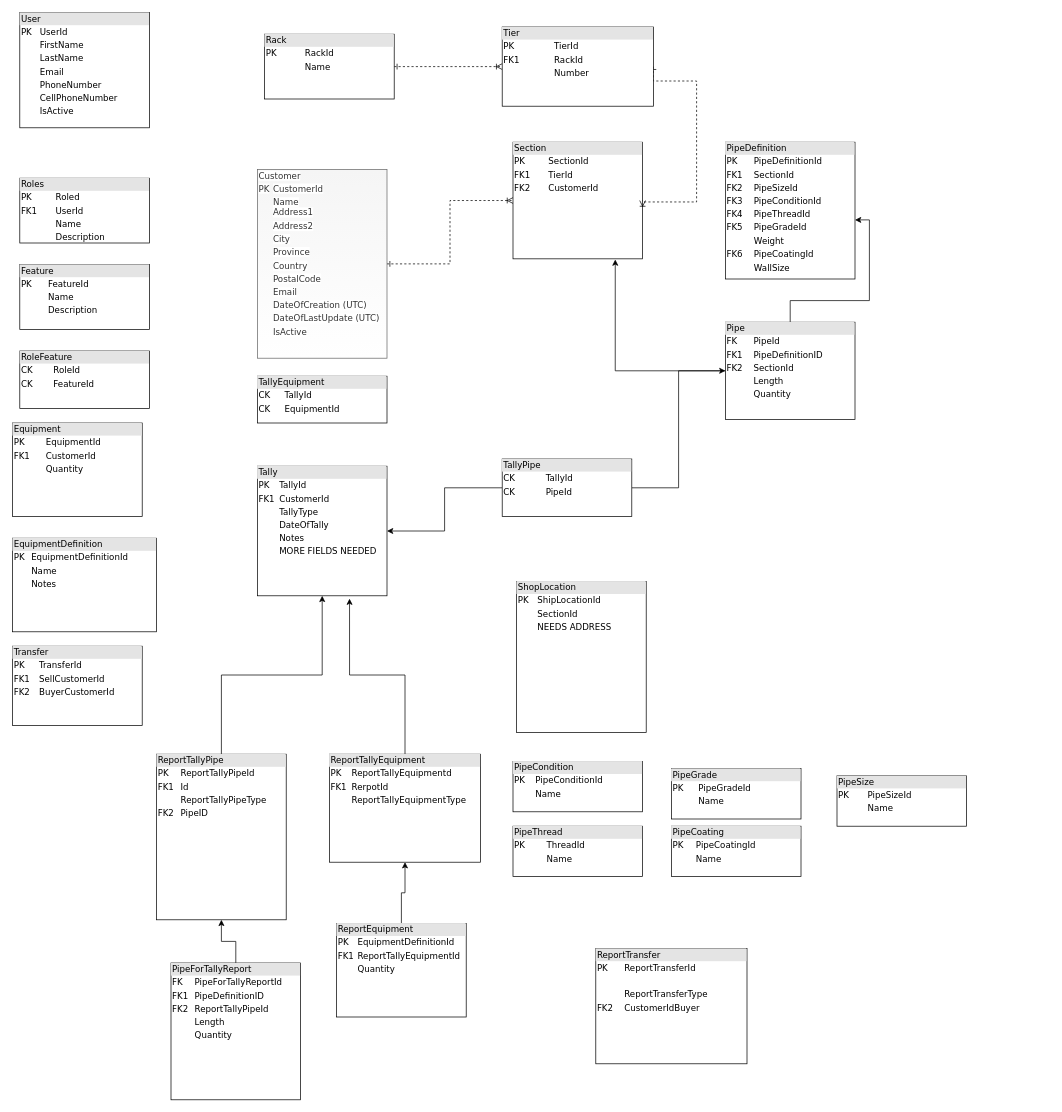
This is Inventory-Design/DataModelDiagram.drawio from CrownNation/CJCSM-InventoryManagement, a draw.io file, before an edit. Source tidied: cells renumbered, new cells numbered last; positions are measured from the earlier drawing's top-left corner, leaving out a move shared by most shapes. Both pictures are drawn from the tidied source at 72%, with x=0, y=0 at pixel (12, 12).
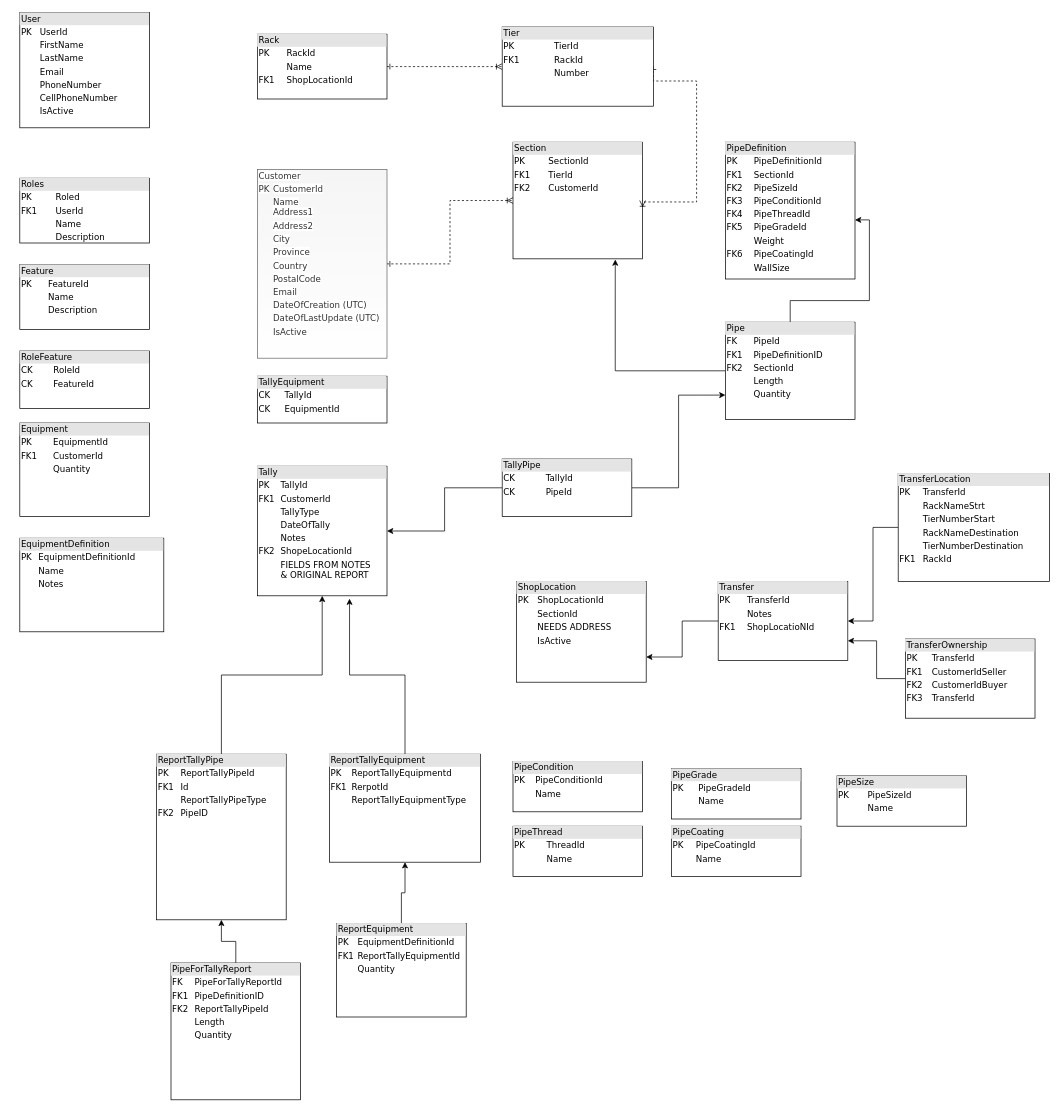
After the change.

Commit message:
Added designs for transfers.

The change refers to these unchanged cells:
```xml
<mxCell id="32" value="&lt;div style=&quot;box-sizing: border-box ; width: 100% ; background: #e4e4e4 ; padding: 2px&quot;&gt;Pipe&lt;/div&gt;&lt;table style=&quot;width: 100% ; font-size: 1em&quot; cellpadding=&quot;2&quot; cellspacing=&quot;0&quot;&gt;&lt;tbody&gt;&lt;tr&gt;&lt;td&gt;FK&lt;/td&gt;&lt;td&gt;PipeId&lt;/td&gt;&lt;/tr&gt;&lt;tr&gt;&lt;td&gt;FK1&lt;/td&gt;&lt;td&gt;PipeDefinitionID&lt;/td&gt;&lt;/tr&gt;&lt;tr&gt;&lt;td&gt;FK2&lt;/td&gt;&lt;td&gt;SectionId&lt;/td&gt;&lt;/tr&gt;&lt;tr&gt;&lt;td&gt;&lt;br&gt;&lt;/td&gt;&lt;td&gt;Length&lt;/td&gt;&lt;/tr&gt;&lt;tr&gt;&lt;td&gt;&lt;br&gt;&lt;/td&gt;&lt;td&gt;Quantity&lt;/td&gt;&lt;/tr&gt;&lt;tr&gt;&lt;td&gt;&lt;br&gt;&lt;/td&gt;&lt;td&gt;&lt;/td&gt;&lt;/tr&gt;&lt;/tbody&gt;&lt;/table&gt;" style="verticalAlign=top;align=left;overflow=fill;html=1;rounded=0;shadow=0;comic=0;labelBackgroundColor=none;strokeWidth=1;fontFamily=Verdana;fontSize=12;" parent="1" vertex="1">
  <mxGeometry x="990" y="430" width="180" height="135" as="geometry" />
</mxCell>
<mxCell id="35" value="&lt;div style=&quot;box-sizing: border-box ; width: 100% ; background: #e4e4e4 ; padding: 2px&quot;&gt;TallyPipe&lt;/div&gt;&lt;table style=&quot;width: 100% ; font-size: 1em&quot; cellpadding=&quot;2&quot; cellspacing=&quot;0&quot;&gt;&lt;tbody&gt;&lt;tr&gt;&lt;td&gt;CK&lt;/td&gt;&lt;td&gt;TallyId&lt;/td&gt;&lt;/tr&gt;&lt;tr&gt;&lt;td&gt;CK&lt;/td&gt;&lt;td&gt;PipeId&lt;/td&gt;&lt;/tr&gt;&lt;tr&gt;&lt;td&gt;&lt;br&gt;&lt;/td&gt;&lt;td&gt;&lt;br&gt;&lt;/td&gt;&lt;/tr&gt;&lt;tr&gt;&lt;td&gt;&lt;br&gt;&lt;/td&gt;&lt;td&gt;&lt;br&gt;&lt;/td&gt;&lt;/tr&gt;&lt;tr&gt;&lt;td&gt;&lt;br&gt;&lt;/td&gt;&lt;td&gt;&lt;br&gt;&lt;/td&gt;&lt;/tr&gt;&lt;tr&gt;&lt;td&gt;&lt;br&gt;&lt;/td&gt;&lt;td&gt;&lt;/td&gt;&lt;/tr&gt;&lt;/tbody&gt;&lt;/table&gt;" style="verticalAlign=top;align=left;overflow=fill;html=1;rounded=0;shadow=0;comic=0;labelBackgroundColor=none;strokeWidth=1;fontFamily=Verdana;fontSize=12;" parent="1" vertex="1">
  <mxGeometry x="680" y="620" width="180" height="80" as="geometry" />
</mxCell>
```

What changed in the source:
```diff
@@
-    <mxCell id="4" value="&lt;div style=&quot;box-sizing: border-box ; width: 100% ; background: #e4e4e4 ; padding: 2px&quot;&gt;Rack&lt;/div&gt;&lt;table style=&quot;width: 100% ; font-size: 1em&quot; cellpadding=&quot;2&quot; cellspacing=&quot;0&quot;&gt;&lt;tbody&gt;&lt;tr&gt;&lt;td&gt;PK&lt;/td&gt;&lt;td&gt;RackId&lt;br&gt;&lt;/td&gt;&lt;/tr&gt;&lt;tr&gt;&lt;td&gt;&lt;/td&gt;&lt;td&gt;Name&lt;/td&gt;&lt;/tr&gt;&lt;/tbody&gt;&lt;/table&gt;" style="verticalAlign=top;align=left;overflow=fill;html=1;rounded=0;shadow=0;comic=0;labelBackgroundColor=none;strokeWidth=1;fontFamily=Verdana;fontSize=12;" parent="1" vertex="1">
-      <mxGeometry x="350" y="30" width="180" height="90" as="geometry" />
+    <mxCell id="4" value="&lt;div style=&quot;box-sizing: border-box ; width: 100% ; background: #e4e4e4 ; padding: 2px&quot;&gt;Rack&lt;/div&gt;&lt;table style=&quot;width: 100% ; font-size: 1em&quot; cellpadding=&quot;2&quot; cellspacing=&quot;0&quot;&gt;&lt;tbody&gt;&lt;tr&gt;&lt;td&gt;PK&lt;/td&gt;&lt;td&gt;RackId&lt;br&gt;&lt;/td&gt;&lt;/tr&gt;&lt;tr&gt;&lt;td&gt;&lt;/td&gt;&lt;td&gt;Name&lt;/td&gt;&lt;/tr&gt;&lt;tr&gt;&lt;td&gt;FK1&lt;/td&gt;&lt;td&gt;ShopLocationId&lt;/td&gt;&lt;/tr&gt;&lt;/tbody&gt;&lt;/table&gt;" style="verticalAlign=top;align=left;overflow=fill;html=1;rounded=0;shadow=0;comic=0;labelBackgroundColor=none;strokeWidth=1;fontFamily=Verdana;fontSize=12;" parent="1" vertex="1">
+      <mxGeometry x="340" y="30" width="180" height="90" as="geometry" />
     </mxCell>
@@
     <mxCell id="15" value="&lt;div style=&quot;box-sizing: border-box ; width: 100% ; background: #e4e4e4 ; padding: 2px&quot;&gt;Equipment&lt;/div&gt;&lt;table style=&quot;width: 100% ; font-size: 1em&quot; cellpadding=&quot;2&quot; cellspacing=&quot;0&quot;&gt;&lt;tbody&gt;&lt;tr&gt;&lt;td&gt;PK&lt;/td&gt;&lt;td&gt;EquipmentId&lt;/td&gt;&lt;/tr&gt;&lt;tr&gt;&lt;td&gt;FK1&lt;/td&gt;&lt;td&gt;CustomerId&lt;/td&gt;&lt;/tr&gt;&lt;tr&gt;&lt;td&gt;&lt;br&gt;&lt;/td&gt;&lt;td&gt;Quantity&lt;/td&gt;&lt;/tr&gt;&lt;tr&gt;&lt;td&gt;&lt;br&gt;&lt;/td&gt;&lt;td&gt;&lt;/td&gt;&lt;/tr&gt;&lt;tr&gt;&lt;td&gt;&lt;br&gt;&lt;/td&gt;&lt;td&gt;&lt;br&gt;&lt;/td&gt;&lt;/tr&gt;&lt;/tbody&gt;&lt;/table&gt;" style="verticalAlign=top;align=left;overflow=fill;html=1;rounded=0;shadow=0;comic=0;labelBackgroundColor=none;strokeWidth=1;fontFamily=Verdana;fontSize=12;" parent="1" vertex="1">
-      <mxGeometry y="570" width="180" height="130" as="geometry" />
+      <mxGeometry x="10" y="570" width="180" height="130" as="geometry" />
     </mxCell>
@@
-    <mxCell id="20" value="&lt;div style=&quot;box-sizing: border-box ; width: 100% ; background: #e4e4e4 ; padding: 2px&quot;&gt;Tally&lt;/div&gt;&lt;table style=&quot;width: 100% ; font-size: 1em&quot; cellpadding=&quot;2&quot; cellspacing=&quot;0&quot;&gt;&lt;tbody&gt;&lt;tr&gt;&lt;td&gt;PK&lt;/td&gt;&lt;td&gt;TallyId&lt;/td&gt;&lt;/tr&gt;&lt;tr&gt;&lt;td&gt;FK1&lt;/td&gt;&lt;td&gt;CustomerId&lt;/td&gt;&lt;/tr&gt;&lt;tr&gt;&lt;td&gt;&lt;br&gt;&lt;/td&gt;&lt;td&gt;TallyType&lt;/td&gt;&lt;/tr&gt;&lt;tr&gt;&lt;td&gt;&lt;br&gt;&lt;/td&gt;&lt;td&gt;DateOfTally&lt;/td&gt;&lt;/tr&gt;&lt;tr&gt;&lt;td&gt;&lt;br&gt;&lt;/td&gt;&lt;td&gt;Notes&lt;/td&gt;&lt;/tr&gt;&lt;tr&gt;&lt;td&gt;&lt;br&gt;&lt;/td&gt;&lt;td&gt;MORE FIELDS NEEDED&lt;/td&gt;&lt;/tr&gt;&lt;tr&gt;&lt;td&gt;&lt;br&gt;&lt;/td&gt;&lt;td&gt;&lt;br&gt;&lt;/td&gt;&lt;/tr&gt;&lt;/tbody&gt;&lt;/table&gt;" style="verticalAlign=top;align=left;overflow=fill;html=1;rounded=0;shadow=0;comic=0;labelBackgroundColor=none;strokeWidth=1;fontFamily=Verdana;fontSize=12;" parent="1" vertex="1">
+    <mxCell id="20" value="&lt;div style=&quot;box-sizing: border-box ; width: 100% ; background: #e4e4e4 ; padding: 2px&quot;&gt;Tally&lt;/div&gt;&lt;table style=&quot;width: 100% ; font-size: 1em&quot; cellpadding=&quot;2&quot; cellspacing=&quot;0&quot;&gt;&lt;tbody&gt;&lt;tr&gt;&lt;td&gt;PK&lt;/td&gt;&lt;td&gt;TallyId&lt;/td&gt;&lt;/tr&gt;&lt;tr&gt;&lt;td&gt;FK1&lt;/td&gt;&lt;td&gt;CustomerId&lt;/td&gt;&lt;/tr&gt;&lt;tr&gt;&lt;td&gt;&lt;br&gt;&lt;/td&gt;&lt;td&gt;TallyType&lt;/td&gt;&lt;/tr&gt;&lt;tr&gt;&lt;td&gt;&lt;br&gt;&lt;/td&gt;&lt;td&gt;DateOfTally&lt;/td&gt;&lt;/tr&gt;&lt;tr&gt;&lt;td&gt;&lt;br&gt;&lt;/td&gt;&lt;td&gt;Notes&lt;/td&gt;&lt;/tr&gt;&lt;tr&gt;&lt;td&gt;FK2&lt;/td&gt;&lt;td&gt;ShopeLocationId&lt;/td&gt;&lt;/tr&gt;&lt;tr&gt;&lt;td&gt;&lt;br&gt;&lt;/td&gt;&lt;td&gt;FIELDS FROM NOTES&lt;br&gt;&amp;amp; ORIGINAL REPORT&lt;/td&gt;&lt;/tr&gt;&lt;tr&gt;&lt;td&gt;&lt;br&gt;&lt;/td&gt;&lt;td&gt;&lt;br&gt;&lt;/td&gt;&lt;/tr&gt;&lt;/tbody&gt;&lt;/table&gt;" style="verticalAlign=top;align=left;overflow=fill;html=1;rounded=0;shadow=0;comic=0;labelBackgroundColor=none;strokeWidth=1;fontFamily=Verdana;fontSize=12;" parent="1" vertex="1">
       <mxGeometry x="340" y="630" width="180" height="180" as="geometry" />
     </mxCell>
+    <mxCell id="40" style="edgeStyle=orthogonalEdgeStyle;rounded=0;jettySize=auto;html=1;entryX=1;entryY=0.75;entryDx=0;entryDy=0;" parent="1" edge="1" source="21" target="29">
+      <mxGeometry relative="1" as="geometry" />
+    </mxCell>
-    <mxCell id="21" value="&lt;div style=&quot;box-sizing: border-box ; width: 100% ; background: #e4e4e4 ; padding: 2px&quot;&gt;Transfer&lt;/div&gt;&lt;table style=&quot;width: 100% ; font-size: 1em&quot; cellpadding=&quot;2&quot; cellspacing=&quot;0&quot;&gt;&lt;tbody&gt;&lt;tr&gt;&lt;td&gt;PK&lt;/td&gt;&lt;td&gt;TransferId&lt;/td&gt;&lt;/tr&gt;&lt;tr&gt;&lt;td&gt;FK1&lt;/td&gt;&lt;td&gt;SellCustomerId&lt;/td&gt;&lt;/tr&gt;&lt;tr&gt;&lt;td&gt;FK2&lt;/td&gt;&lt;td&gt;BuyerCustomerId&lt;/td&gt;&lt;/tr&gt;&lt;tr&gt;&lt;td&gt;&lt;br&gt;&lt;/td&gt;&lt;td&gt;&lt;br&gt;&lt;/td&gt;&lt;/tr&gt;&lt;/tbody&gt;&lt;/table&gt;" style="verticalAlign=top;align=left;overflow=fill;html=1;rounded=0;shadow=0;comic=0;labelBackgroundColor=none;strokeWidth=1;fontFamily=Verdana;fontSize=12;" parent="1" vertex="1">
-      <mxGeometry y="880" width="180" height="110" as="geometry" />
+    <mxCell id="21" value="&lt;div style=&quot;box-sizing: border-box ; width: 100% ; background: #e4e4e4 ; padding: 2px&quot;&gt;Transfer&lt;/div&gt;&lt;table style=&quot;width: 100% ; font-size: 1em&quot; cellpadding=&quot;2&quot; cellspacing=&quot;0&quot;&gt;&lt;tbody&gt;&lt;tr&gt;&lt;td&gt;PK&lt;/td&gt;&lt;td&gt;TransferId&lt;/td&gt;&lt;/tr&gt;&lt;tr&gt;&lt;td&gt;&lt;br&gt;&lt;/td&gt;&lt;td&gt;Notes&lt;/td&gt;&lt;/tr&gt;&lt;tr&gt;&lt;td&gt;FK1&lt;/td&gt;&lt;td&gt;ShopLocatioNId&lt;/td&gt;&lt;/tr&gt;&lt;/tbody&gt;&lt;/table&gt;" style="verticalAlign=top;align=left;overflow=fill;html=1;rounded=0;shadow=0;comic=0;labelBackgroundColor=none;strokeWidth=1;fontFamily=Verdana;fontSize=12;" parent="1" vertex="1">
+      <mxGeometry x="980" y="790" width="180" height="110" as="geometry" />
     </mxCell>
@@
     <mxCell id="23" value="&lt;div style=&quot;box-sizing: border-box ; width: 100% ; background: #e4e4e4 ; padding: 2px&quot;&gt;EquipmentDefinition&lt;/div&gt;&lt;table style=&quot;width: 100% ; font-size: 1em&quot; cellpadding=&quot;2&quot; cellspacing=&quot;0&quot;&gt;&lt;tbody&gt;&lt;tr&gt;&lt;td&gt;PK&lt;/td&gt;&lt;td&gt;EquipmentDefinitionId&lt;/td&gt;&lt;/tr&gt;&lt;tr&gt;&lt;td&gt;&lt;/td&gt;&lt;td&gt;Name&lt;/td&gt;&lt;/tr&gt;&lt;tr&gt;&lt;td&gt;&lt;br&gt;&lt;/td&gt;&lt;td&gt;Notes&lt;/td&gt;&lt;/tr&gt;&lt;tr&gt;&lt;td&gt;&lt;br&gt;&lt;/td&gt;&lt;td&gt;&lt;br&gt;&lt;/td&gt;&lt;/tr&gt;&lt;/tbody&gt;&lt;/table&gt;" style="verticalAlign=top;align=left;overflow=fill;html=1;rounded=0;shadow=0;comic=0;labelBackgroundColor=none;strokeWidth=1;fontFamily=Verdana;fontSize=12;" parent="1" vertex="1">
-      <mxGeometry y="730" width="200" height="130" as="geometry" />
+      <mxGeometry x="10" y="730" width="200" height="130" as="geometry" />
     </mxCell>
@@
-    <mxCell id="28" value="&lt;div style=&quot;box-sizing: border-box ; width: 100% ; background: #e4e4e4 ; padding: 2px&quot;&gt;ReportTransfer&lt;/div&gt;&lt;table style=&quot;width: 100% ; font-size: 1em&quot; cellpadding=&quot;2&quot; cellspacing=&quot;0&quot;&gt;&lt;tbody&gt;&lt;tr&gt;&lt;td&gt;PK&lt;/td&gt;&lt;td&gt;ReportTransferId&lt;/td&gt;&lt;/tr&gt;&lt;tr&gt;&lt;td&gt;&lt;br&gt;&lt;/td&gt;&lt;td&gt;&lt;br&gt;&lt;/td&gt;&lt;/tr&gt;&lt;tr&gt;&lt;td&gt;&lt;/td&gt;&lt;td&gt;ReportTransferType&lt;/td&gt;&lt;/tr&gt;&lt;tr&gt;&lt;td&gt;FK2&lt;/td&gt;&lt;td&gt;CustomerIdBuyer&lt;/td&gt;&lt;/tr&gt;&lt;tr&gt;&lt;td&gt;&lt;br&gt;&lt;/td&gt;&lt;td&gt;&lt;br&gt;&lt;/td&gt;&lt;/tr&gt;&lt;tr&gt;&lt;td&gt;&lt;br&gt;&lt;/td&gt;&lt;td&gt;&lt;br&gt;&lt;/td&gt;&lt;/tr&gt;&lt;/tbody&gt;&lt;/table&gt;" style="verticalAlign=top;align=left;overflow=fill;html=1;rounded=0;shadow=0;comic=0;labelBackgroundColor=none;strokeWidth=1;fontFamily=Verdana;fontSize=12;" parent="1" vertex="1">
-      <mxGeometry x="810" y="1300" width="210" height="160" as="geometry" />
-    </mxCell>
-    <mxCell id="29" value="&lt;div style=&quot;box-sizing: border-box ; width: 100% ; background: #e4e4e4 ; padding: 2px&quot;&gt;ShopLocation&lt;/div&gt;&lt;table style=&quot;width: 100% ; font-size: 1em&quot; cellpadding=&quot;2&quot; cellspacing=&quot;0&quot;&gt;&lt;tbody&gt;&lt;tr&gt;&lt;td&gt;PK&lt;/td&gt;&lt;td&gt;ShipLocationId&lt;/td&gt;&lt;/tr&gt;&lt;tr&gt;&lt;td&gt;&lt;br&gt;&lt;/td&gt;&lt;td&gt;SectionId&lt;/td&gt;&lt;/tr&gt;&lt;tr&gt;&lt;td&gt;&lt;br&gt;&lt;/td&gt;&lt;td&gt;NEEDS ADDRESS&lt;/td&gt;&lt;/tr&gt;&lt;/tbody&gt;&lt;/table&gt;" style="verticalAlign=top;align=left;overflow=fill;html=1;rounded=0;shadow=0;comic=0;labelBackgroundColor=none;strokeWidth=1;fontFamily=Verdana;fontSize=12;" parent="1" vertex="1">
-      <mxGeometry x="700" y="790" width="180" height="210" as="geometry" />
+    <mxCell id="29" value="&lt;div style=&quot;box-sizing: border-box ; width: 100% ; background: #e4e4e4 ; padding: 2px&quot;&gt;ShopLocation&lt;/div&gt;&lt;table style=&quot;width: 100% ; font-size: 1em&quot; cellpadding=&quot;2&quot; cellspacing=&quot;0&quot;&gt;&lt;tbody&gt;&lt;tr&gt;&lt;td&gt;PK&lt;/td&gt;&lt;td&gt;ShopLocationId&lt;/td&gt;&lt;/tr&gt;&lt;tr&gt;&lt;td&gt;&lt;br&gt;&lt;/td&gt;&lt;td&gt;SectionId&lt;/td&gt;&lt;/tr&gt;&lt;tr&gt;&lt;td&gt;&lt;br&gt;&lt;/td&gt;&lt;td&gt;NEEDS ADDRESS&lt;br&gt;&lt;/td&gt;&lt;/tr&gt;&lt;tr&gt;&lt;td&gt;&lt;br&gt;&lt;/td&gt;&lt;td&gt;IsActive&lt;/td&gt;&lt;/tr&gt;&lt;/tbody&gt;&lt;/table&gt;" style="verticalAlign=top;align=left;overflow=fill;html=1;rounded=0;shadow=0;comic=0;labelBackgroundColor=none;strokeWidth=1;fontFamily=Verdana;fontSize=12;" parent="1" vertex="1">
+      <mxGeometry x="700" y="790" width="180" height="140" as="geometry" />
     </mxCell>
@@
-    <mxCell id="34" style="edgeStyle=orthogonalEdgeStyle;rounded=0;jettySize=auto;html=1;entryX=0;entryY=0.5;entryDx=0;entryDy=0;" parent="1" edge="1" source="35" target="32">
+    <mxCell id="34" style="edgeStyle=orthogonalEdgeStyle;rounded=0;jettySize=auto;html=1;entryX=0;entryY=0.75;entryDx=0;entryDy=0;" parent="1" edge="1" source="35" target="32">
       <mxGeometry relative="1" as="geometry" />
     </mxCell>
@@
+    <mxCell id="41" style="edgeStyle=orthogonalEdgeStyle;rounded=0;jettySize=auto;html=1;exitX=0;exitY=0.5;exitDx=0;exitDy=0;entryX=1;entryY=0.75;entryDx=0;entryDy=0;" parent="1" edge="1" source="42" target="21">
+      <mxGeometry relative="1" as="geometry" />
+    </mxCell>
+    <mxCell id="42" value="&lt;div style=&quot;box-sizing: border-box ; width: 100% ; background: #e4e4e4 ; padding: 2px&quot;&gt;TransferOwnership&lt;/div&gt;&lt;table style=&quot;width: 100% ; font-size: 1em&quot; cellpadding=&quot;2&quot; cellspacing=&quot;0&quot;&gt;&lt;tbody&gt;&lt;tr&gt;&lt;td&gt;PK&lt;/td&gt;&lt;td&gt;TransferId&lt;/td&gt;&lt;/tr&gt;&lt;tr&gt;&lt;td&gt;FK1&lt;/td&gt;&lt;td&gt;CustomerIdSeller&lt;/td&gt;&lt;/tr&gt;&lt;tr&gt;&lt;td&gt;FK2&lt;/td&gt;&lt;td&gt;CustomerIdBuyer&lt;/td&gt;&lt;/tr&gt;&lt;tr&gt;&lt;td&gt;FK3&lt;/td&gt;&lt;td&gt;TransferId&lt;/td&gt;&lt;/tr&gt;&lt;tr&gt;&lt;td&gt;&lt;br&gt;&lt;/td&gt;&lt;td&gt;&lt;br&gt;&lt;/td&gt;&lt;/tr&gt;&lt;/tbody&gt;&lt;/table&gt;" style="verticalAlign=top;align=left;overflow=fill;html=1;rounded=0;shadow=0;comic=0;labelBackgroundColor=none;strokeWidth=1;fontFamily=Verdana;fontSize=12;" parent="1" vertex="1">
+      <mxGeometry x="1240" y="870" width="180" height="110" as="geometry" />
+    </mxCell>
+    <mxCell id="43" style="edgeStyle=orthogonalEdgeStyle;rounded=0;jettySize=auto;html=1;exitX=0;exitY=0.5;exitDx=0;exitDy=0;" parent="1" edge="1" source="44" target="21">
+      <mxGeometry relative="1" as="geometry" />
+    </mxCell>
+    <mxCell id="44" value="&lt;div style=&quot;box-sizing: border-box ; width: 100% ; background: #e4e4e4 ; padding: 2px&quot;&gt;TransferLocation&lt;/div&gt;&lt;table style=&quot;width: 100% ; font-size: 1em&quot; cellpadding=&quot;2&quot; cellspacing=&quot;0&quot;&gt;&lt;tbody&gt;&lt;tr&gt;&lt;td&gt;PK&lt;/td&gt;&lt;td&gt;TransferId&lt;/td&gt;&lt;/tr&gt;&lt;tr&gt;&lt;td&gt;&lt;br&gt;&lt;/td&gt;&lt;td&gt;RackNameStrt&lt;/td&gt;&lt;/tr&gt;&lt;tr&gt;&lt;td&gt;&lt;br&gt;&lt;/td&gt;&lt;td&gt;TierNumberStart&lt;/td&gt;&lt;/tr&gt;&lt;tr&gt;&lt;td&gt;&lt;br&gt;&lt;/td&gt;&lt;td&gt;RackNameDestination&lt;/td&gt;&lt;/tr&gt;&lt;tr&gt;&lt;td&gt;&lt;br&gt;&lt;/td&gt;&lt;td&gt;TierNumberDestination&lt;br&gt;&lt;/td&gt;&lt;/tr&gt;&lt;tr&gt;&lt;td&gt;FK1&lt;/td&gt;&lt;td&gt;RackId&lt;/td&gt;&lt;/tr&gt;&lt;/tbody&gt;&lt;/table&gt;" style="verticalAlign=top;align=left;overflow=fill;html=1;rounded=0;shadow=0;comic=0;labelBackgroundColor=none;strokeWidth=1;fontFamily=Verdana;fontSize=12;" parent="1" vertex="1">
+      <mxGeometry x="1230" y="640" width="210" height="150" as="geometry" />
+    </mxCell>
```
